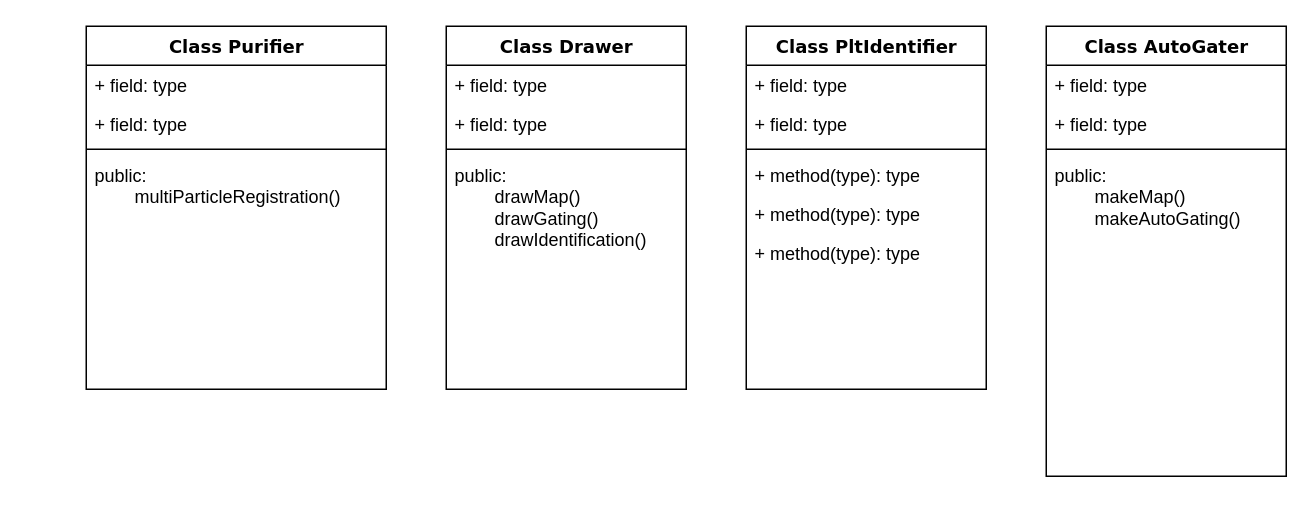
Before: UML-Diagram.drawio in ka-50bs/PlateletIdentification, a draw.io diagram. Source tidied: cells renumbered, new cells numbered last; positions are measured from the earlier drawing's top-left corner, leaving out a move shared by most shapes. Both pictures are drawn from the tidied source at 150%, with x=0, y=0 at pixel (86, 26).
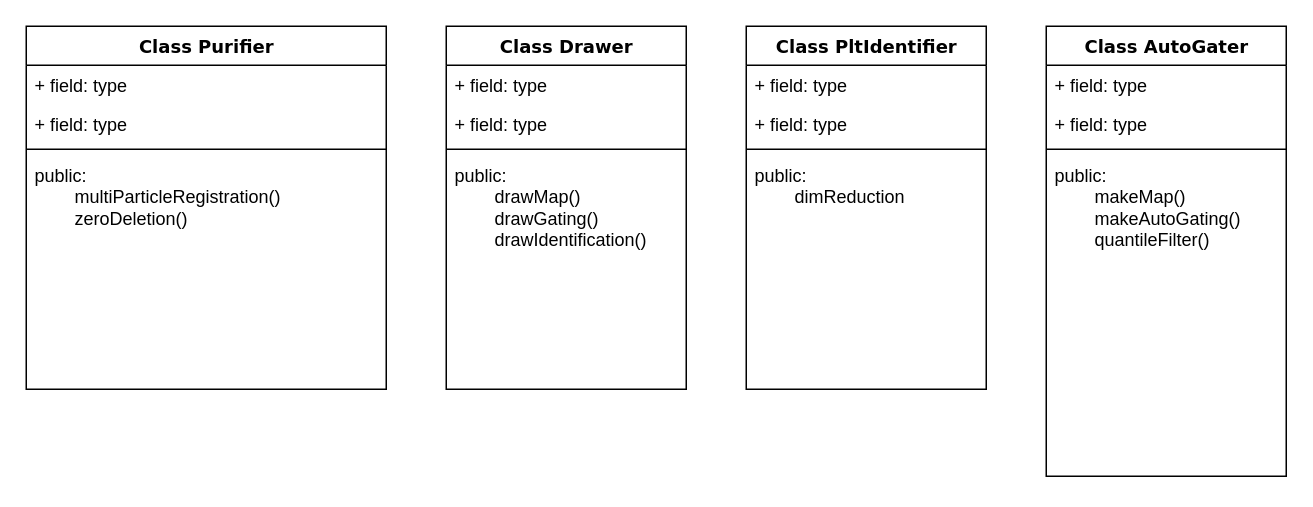
The same diagram, later.

Unchanged cells that the change refers to:
```xml
<mxCell id="12" value="Class PltIdentifier" style="swimlane;html=1;fontStyle=1;align=center;verticalAlign=top;horizontal=1;startSize=26;swimlaneFillColor=#ffffff;rounded=0;shadow=0;comic=0;labelBackgroundColor=none;strokeWidth=1;fillColor=none;fontFamily=Verdana;fontSize=12;" parent="1" vertex="1">
  <mxGeometry x="440" width="160" height="242" as="geometry" />
</mxCell>
<mxCell id="19" value="Class AutoGater" style="swimlane;html=1;fontStyle=1;align=center;verticalAlign=top;horizontal=1;startSize=26;swimlaneFillColor=#ffffff;rounded=0;shadow=0;comic=0;labelBackgroundColor=none;strokeWidth=1;fillColor=none;fontFamily=Verdana;fontSize=12;" parent="1" vertex="1">
  <mxGeometry x="640" width="160" height="300" as="geometry" />
</mxCell>
```

What changed in the source:
```diff
@@
     <mxCell id="2" value="Class Purifier" style="swimlane;html=1;fontStyle=1;align=center;verticalAlign=top;horizontal=1;startSize=26;swimlaneFillColor=#ffffff;rounded=0;shadow=0;comic=0;labelBackgroundColor=none;strokeWidth=1;fillColor=none;fontFamily=Verdana;fontSize=12;" parent="1" vertex="1">
-      <mxGeometry width="200" height="242" as="geometry" />
+      <mxGeometry x="-40" width="240" height="242" as="geometry" />
     </mxCell>
     <mxCell id="3" value="+ field: type" style="text;html=1;strokeColor=none;fillColor=none;align=left;verticalAlign=top;spacingLeft=4;spacingRight=4;whiteSpace=wrap;overflow=hidden;" parent="2" vertex="1">
-      <mxGeometry y="26" width="200" height="26" as="geometry" />
+      <mxGeometry y="26" width="240" height="26" as="geometry" />
     </mxCell>
     <mxCell id="4" value="+ field: type" style="text;html=1;strokeColor=none;fillColor=none;align=left;verticalAlign=top;spacingLeft=4;spacingRight=4;whiteSpace=wrap;overflow=hidden;" parent="2" vertex="1">
-      <mxGeometry y="52" width="200" height="26" as="geometry" />
+      <mxGeometry y="52" width="240" height="26" as="geometry" />
     </mxCell>
     <mxCell id="5" style="line;html=1;strokeWidth=1;fillColor=none;align=left;verticalAlign=middle;spacingTop=-1;spacingLeft=3;spacingRight=3;labelPosition=right;" parent="2" vertex="1">
-      <mxGeometry y="78" width="200" height="8" as="geometry" />
+      <mxGeometry y="78" width="240" height="8" as="geometry" />
     </mxCell>
-    <mxCell id="6" value="&lt;div&gt;public:&lt;/div&gt;&lt;div&gt;&lt;span style=&quot;white-space: pre;&quot;&gt;&#9;&lt;/span&gt;multiParticleRegistration()&lt;/div&gt;&lt;div&gt;&lt;span style=&quot;white-space: pre;&quot;&gt;&#9;&lt;/span&gt;&lt;br&gt;&lt;/div&gt;" style="text;html=1;strokeColor=none;fillColor=none;align=left;verticalAlign=top;spacingLeft=4;spacingRight=4;whiteSpace=wrap;overflow=hidden;" parent="2" vertex="1">
-      <mxGeometry y="86" width="200" height="154" as="geometry" />
+    <mxCell id="6" value="&lt;div&gt;public:&lt;/div&gt;&lt;div&gt;&lt;span style=&quot;white-space: pre;&quot;&gt;&#9;&lt;/span&gt;multiParticleRegistration()&lt;/div&gt;&lt;div&gt;&lt;span style=&quot;white-space: pre;&quot;&gt;&#9;&lt;/span&gt;zeroDeletion()&lt;br&gt;&lt;/div&gt;&lt;div&gt;&lt;span style=&quot;white-space: pre;&quot;&gt;&#9;&lt;/span&gt;&lt;br&gt;&lt;/div&gt;" style="text;html=1;strokeColor=none;fillColor=none;align=left;verticalAlign=top;spacingLeft=4;spacingRight=4;whiteSpace=wrap;overflow=hidden;" parent="2" vertex="1">
+      <mxGeometry y="86" width="240" height="154" as="geometry" />
     </mxCell>
@@
-    <mxCell id="16" value="+ method(type): type" style="text;html=1;strokeColor=none;fillColor=none;align=left;verticalAlign=top;spacingLeft=4;spacingRight=4;whiteSpace=wrap;overflow=hidden;" parent="12" vertex="1">
-      <mxGeometry y="86" width="160" height="26" as="geometry" />
+    <mxCell id="16" value="&lt;div&gt;public:&lt;/div&gt;&lt;div&gt;&lt;span style=&quot;white-space: pre;&quot;&gt;&#9;&lt;/span&gt;dimReduction&lt;/div&gt;&lt;div&gt;&lt;br&gt;&lt;/div&gt;" style="text;html=1;strokeColor=none;fillColor=none;align=left;verticalAlign=top;spacingLeft=4;spacingRight=4;whiteSpace=wrap;overflow=hidden;" parent="12" vertex="1">
+      <mxGeometry y="86" width="160" height="154" as="geometry" />
     </mxCell>
-    <mxCell id="17" value="+ method(type): type" style="text;html=1;strokeColor=none;fillColor=none;align=left;verticalAlign=top;spacingLeft=4;spacingRight=4;whiteSpace=wrap;overflow=hidden;" parent="12" vertex="1">
-      <mxGeometry y="112" width="160" height="26" as="geometry" />
-    </mxCell>
-    <mxCell id="18" value="+ method(type): type" style="text;html=1;strokeColor=none;fillColor=none;align=left;verticalAlign=top;spacingLeft=4;spacingRight=4;whiteSpace=wrap;overflow=hidden;" parent="12" vertex="1">
-      <mxGeometry y="138" width="160" height="26" as="geometry" />
-    </mxCell>
@@
-    <mxCell id="23" value="&lt;div&gt;public:&lt;/div&gt;&lt;div&gt;&lt;span style=&quot;white-space: pre;&quot;&gt;&#9;&lt;/span&gt;makeMap()&lt;/div&gt;&lt;div&gt;&lt;span style=&quot;white-space: pre;&quot;&gt;&#9;&lt;/span&gt;makeAutoGating()&lt;/div&gt;&lt;div&gt;&lt;span style=&quot;white-space: pre;&quot;&gt;&#9;&lt;/span&gt;&lt;br&gt;&lt;/div&gt;&lt;div&gt;&lt;span style=&quot;white-space: pre;&quot;&gt;&#9;&lt;/span&gt;&lt;br&gt;&lt;/div&gt;&lt;div&gt;&lt;br&gt;&lt;/div&gt;" style="text;html=1;strokeColor=none;fillColor=none;align=left;verticalAlign=top;spacingLeft=4;spacingRight=4;whiteSpace=wrap;overflow=hidden;" parent="19" vertex="1">
+    <mxCell id="23" value="&lt;div&gt;public:&lt;/div&gt;&lt;div&gt;&lt;span style=&quot;white-space: pre;&quot;&gt;&#9;&lt;/span&gt;makeMap()&lt;/div&gt;&lt;div&gt;&lt;span style=&quot;white-space: pre;&quot;&gt;&#9;&lt;/span&gt;makeAutoGating()&lt;/div&gt;&lt;div&gt;&lt;span style=&quot;white-space: pre;&quot;&gt;&#9;&lt;/span&gt;quantileFilter()&lt;/div&gt;&lt;div&gt;&lt;br&gt;&lt;/div&gt;&lt;div&gt;&lt;span style=&quot;white-space: pre;&quot;&gt;&#9;&lt;/span&gt;&lt;br&gt;&lt;/div&gt;&lt;div&gt;&lt;span style=&quot;white-space: pre;&quot;&gt;&#9;&lt;/span&gt;&lt;br&gt;&lt;/div&gt;&lt;div&gt;&lt;br&gt;&lt;/div&gt;" style="text;html=1;strokeColor=none;fillColor=none;align=left;verticalAlign=top;spacingLeft=4;spacingRight=4;whiteSpace=wrap;overflow=hidden;" parent="19" vertex="1">
       <mxGeometry y="86" width="160" height="214" as="geometry" />
     </mxCell>
```
